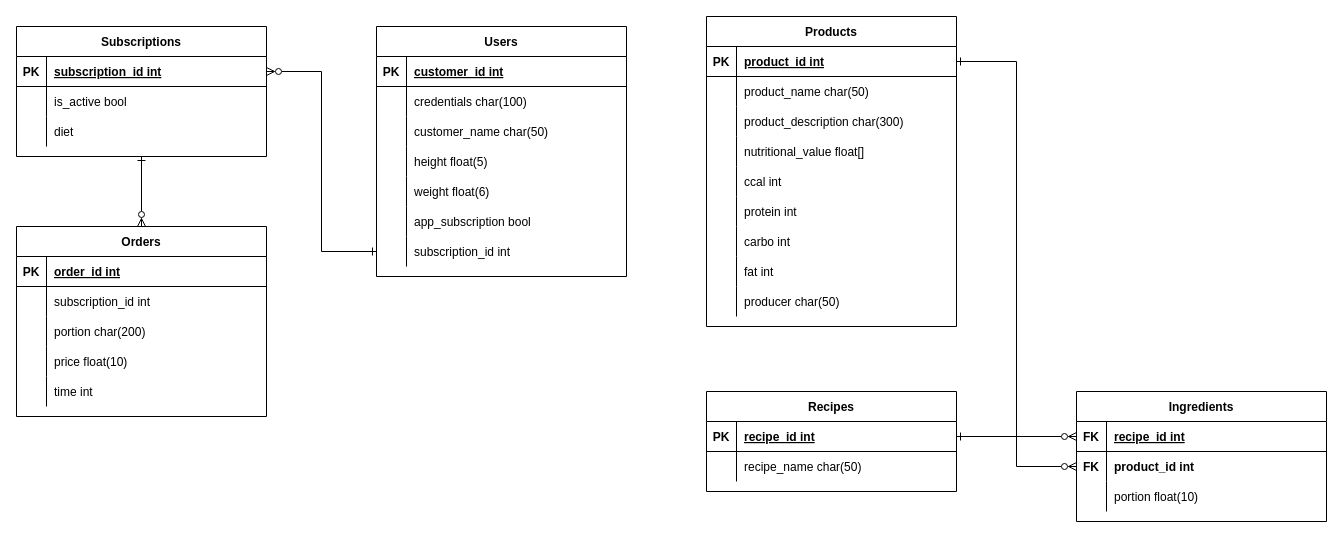
Before: anal/erd.drawio in Livmasss/Pisheglot, a draw.io diagram. Source tidied: cells renumbered, new cells numbered last; positions are measured from the earlier drawing's top-left corner, leaving out a move shared by most shapes. Both pictures are drawn from the tidied source at 100%, with x=0, y=0 at pixel (16, 16).
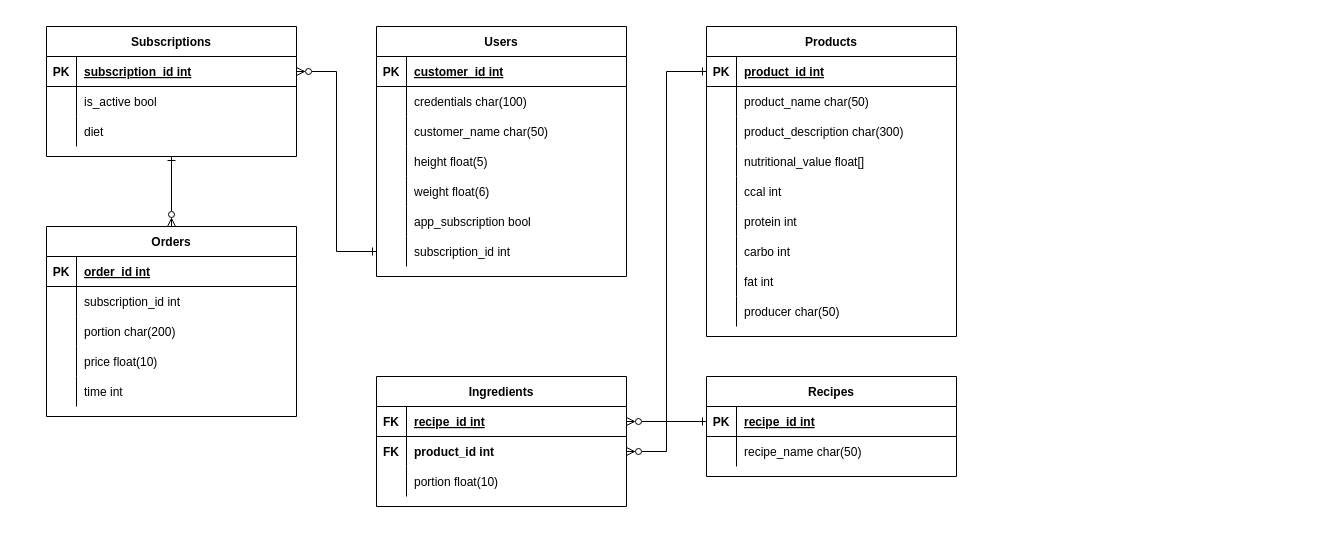
The same page after the edit.

The change refers to these unchanged cells:
```xml
<mxCell id="3" style="shape=partialRectangle;fillColor=none;points=[[0,0.5],[1,0.5]];portConstraint=eastwest;top=0;left=0;right=0;bottom=1;" parent="2" vertex="1">
  <mxGeometry y="30" width="250" height="30" as="geometry" />
</mxCell>
<mxCell id="31" style="shape=partialRectangle;fillColor=none;points=[[0,0.5],[1,0.5]];portConstraint=eastwest;top=0;left=0;right=0;bottom=1;" parent="30" vertex="1">
  <mxGeometry y="30" width="250" height="30" as="geometry" />
</mxCell>
<mxCell id="88" style="shape=partialRectangle;fillColor=none;points=[[0,0.5],[1,0.5]];portConstraint=eastwest;top=0;left=0;right=0;bottom=1;" parent="87" vertex="1">
  <mxGeometry y="30" width="250" height="30" as="geometry" />
</mxCell>
<mxCell id="91" style="shape=partialRectangle;fillColor=none;points=[[0,0.5],[1,0.5]];portConstraint=eastwest;top=0;left=0;right=0;bottom=0;" parent="87" vertex="1">
  <mxGeometry y="60" width="250" height="30" as="geometry" />
</mxCell>
```

The edit, as a diff of the source:
```diff
@@
     <mxCell id="2" value="Products" style="shape=table;startSize=30;childLayout=tableLayout;rowLines=0;fontStyle=1;align=center;" parent="1" vertex="1">
-      <mxGeometry x="690" width="250" height="310" as="geometry" />
+      <mxGeometry x="690" y="10" width="250" height="310" as="geometry" />
     </mxCell>
@@
     <mxCell id="30" value="Recipes" style="shape=table;startSize=30;childLayout=tableLayout;rowLines=0;fontStyle=1;align=center;" parent="1" vertex="1">
-      <mxGeometry x="690" y="375" width="250" height="100" as="geometry" />
+      <mxGeometry x="690" y="360" width="250" height="100" as="geometry" />
     </mxCell>
@@
     <mxCell id="59" value="Subscriptions" style="shape=table;startSize=30;childLayout=tableLayout;rowLines=0;fontStyle=1;align=center;" parent="1" vertex="1">
-      <mxGeometry y="10" width="250" height="130" as="geometry" />
+      <mxGeometry x="30" y="10" width="250" height="130" as="geometry" />
     </mxCell>
@@
     <mxCell id="70" value="Orders" style="shape=table;startSize=30;childLayout=tableLayout;rowLines=0;fontStyle=1;align=center;" parent="1" vertex="1">
-      <mxGeometry y="210" width="250" height="190" as="geometry" />
+      <mxGeometry x="30" y="210" width="250" height="190" as="geometry" />
     </mxCell>
@@
     <mxCell id="87" value="Ingredients" style="shape=table;startSize=30;childLayout=tableLayout;rowLines=0;fontStyle=1;align=center;" parent="1" vertex="1">
-      <mxGeometry x="1060" y="375" width="250" height="130" as="geometry" />
+      <mxGeometry x="360" y="360" width="250" height="130" as="geometry" />
     </mxCell>
@@
-    <mxCell id="97" style="edgeStyle=orthogonalEdgeStyle;rounded=0;jettySize=auto;html=1;exitX=1;exitY=0.5;exitDx=0;exitDy=0;entryX=0;entryY=0.5;entryDx=0;entryDy=0;startArrow=ERone;startFill=0;endArrow=ERzeroToMany;endFill=0;" parent="1" edge="1" source="3" target="91">
+    <mxCell id="97" style="edgeStyle=orthogonalEdgeStyle;rounded=0;jettySize=auto;html=1;exitX=0;exitY=0.5;exitDx=0;exitDy=0;entryX=1;entryY=0.5;entryDx=0;entryDy=0;startArrow=ERone;startFill=0;endArrow=ERzeroToMany;endFill=0;" parent="1" edge="1" source="3" target="91">
       <mxGeometry relative="1" as="geometry" />
     </mxCell>
-    <mxCell id="98" style="edgeStyle=orthogonalEdgeStyle;rounded=0;jettySize=auto;html=1;exitX=1;exitY=0.5;exitDx=0;exitDy=0;entryX=0;entryY=0.5;entryDx=0;entryDy=0;startArrow=ERone;startFill=0;endArrow=ERzeroToMany;endFill=0;" parent="1" edge="1" source="31" target="88">
+    <mxCell id="98" style="edgeStyle=orthogonalEdgeStyle;rounded=0;jettySize=auto;html=1;exitX=0;exitY=0.5;exitDx=0;exitDy=0;entryX=1;entryY=0.5;entryDx=0;entryDy=0;startArrow=ERone;startFill=0;endArrow=ERzeroToMany;endFill=0;" parent="1" edge="1" source="31" target="88">
       <mxGeometry relative="1" as="geometry" />
     </mxCell>
```
